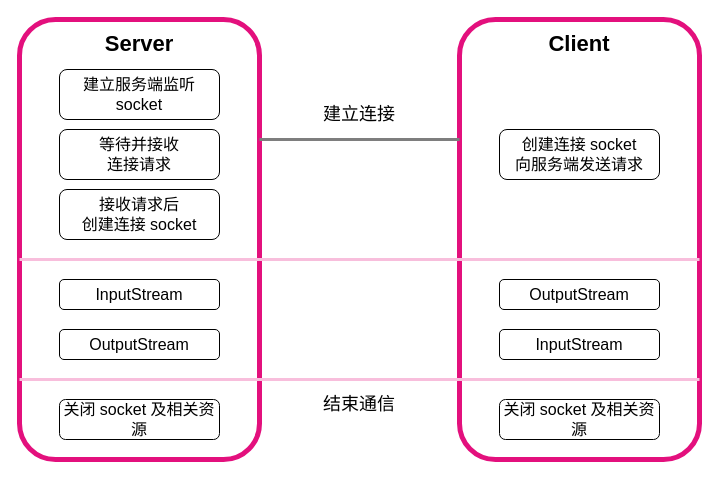
YufuMxl/geek_java_practise keeps this draw.io diagram as homework/src/main/resources/Socket 通信原理.drawio. Above is the earlier version. Source tidied: cells renumbered, new cells numbered last; positions are measured from the earlier drawing's top-left corner, leaving out a move shared by most shapes. Both pictures are drawn from the tidied source at 100%, with x=0, y=0 at pixel (19, 19).
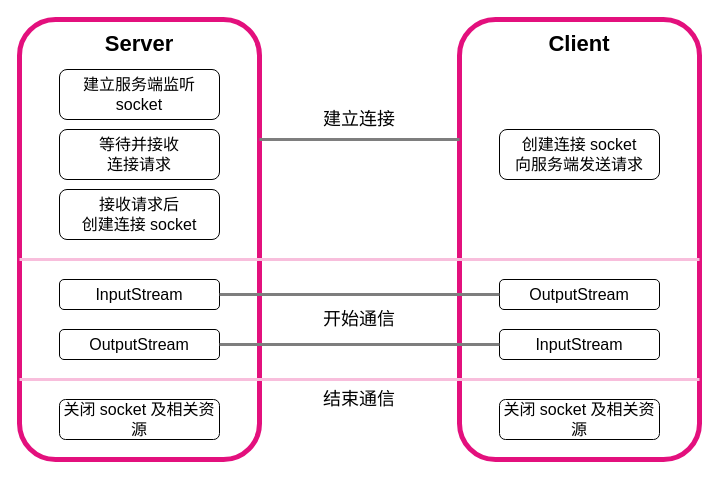
Above is the later version.

Commit message (it also covers changes not shown here):
更新Socket 通信原理.drawio

Diff of the diagram source:
```diff
@@
     <mxCell id="9" value="结束通信" style="text;html=1;strokeColor=none;fillColor=none;align=center;verticalAlign=middle;whiteSpace=wrap;rounded=0;strokeWidth=5;fontSize=18;fontStyle=0;" parent="1" vertex="1">
-      <mxGeometry x="300" y="370" width="80" height="30" as="geometry" />
+      <mxGeometry x="300" y="365" width="80" height="30" as="geometry" />
     </mxCell>
     <mxCell id="10" value="建立连接" style="text;html=1;strokeColor=none;fillColor=none;align=center;verticalAlign=middle;whiteSpace=wrap;rounded=0;strokeWidth=5;fontSize=18;fontStyle=0;" parent="1" vertex="1">
-      <mxGeometry x="300" y="80" width="80" height="30" as="geometry" />
+      <mxGeometry x="300" y="85" width="80" height="30" as="geometry" />
     </mxCell>
-    <mxCell id="11" value="&lt;div style=&quot;font-size: 16px;&quot;&gt;建立服务端监听&lt;/div&gt;&lt;div style=&quot;font-size: 16px;&quot;&gt;socket&lt;br style=&quot;font-size: 16px;&quot;&gt;&lt;/div&gt;" style="rounded=1;whiteSpace=wrap;html=1;strokeWidth=1;fontSize=16;" parent="1" vertex="1">
+    <mxCell id="11" value="&lt;div style=&quot;font-size: 16px;&quot;&gt;建立服务端监听&lt;/div&gt;&lt;div style=&quot;font-size: 16px;&quot;&gt;socket&lt;br style=&quot;font-size: 16px;&quot;&gt;&lt;/div&gt;" style="rounded=1;whiteSpace=wrap;html=1;strokeWidth=1;fontSize=16;fontStyle=0;" parent="1" vertex="1">
       <mxGeometry x="40" y="50" width="160" height="50" as="geometry" />
     </mxCell>
@@
+    <mxCell id="21" style="endArrow=none;html=1;rounded=0;strokeColor=#7E7E7E;strokeWidth=3;fontSize=22;" parent="1" edge="1">
+      <mxGeometry relative="1" as="geometry">
+        <mxPoint x="200" y="275" as="sourcePoint" />
+        <mxPoint x="480" y="275" as="targetPoint" />
+      </mxGeometry>
+    </mxCell>
+    <mxCell id="22" style="endArrow=none;html=1;rounded=0;strokeColor=#7E7E7E;strokeWidth=3;fontSize=22;" parent="1" edge="1">
+      <mxGeometry relative="1" as="geometry">
+        <mxPoint x="200" y="325" as="sourcePoint" />
+        <mxPoint x="480" y="325" as="targetPoint" />
+      </mxGeometry>
+    </mxCell>
+    <mxCell id="23" value="开始通信" style="text;html=1;strokeColor=none;fillColor=none;align=center;verticalAlign=middle;whiteSpace=wrap;rounded=0;strokeWidth=5;fontSize=18;fontStyle=0;" parent="1" vertex="1">
+      <mxGeometry x="300" y="285" width="80" height="30" as="geometry" />
+    </mxCell>
```
